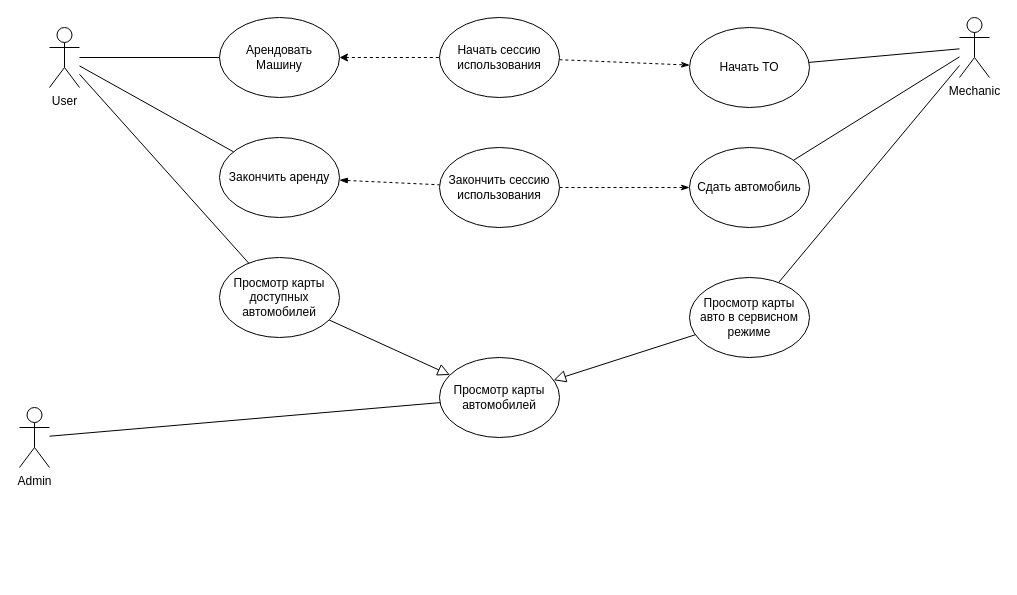
The draw.io diagram use-cases.drawio in car-sharing-proto/mvp, before the edit. Source tidied: cells renumbered, new cells numbered last; positions are measured from the earlier drawing's top-left corner, leaving out a move shared by most shapes. Both pictures are drawn from the tidied source at 100%, with x=0, y=0 at pixel (19, 17).
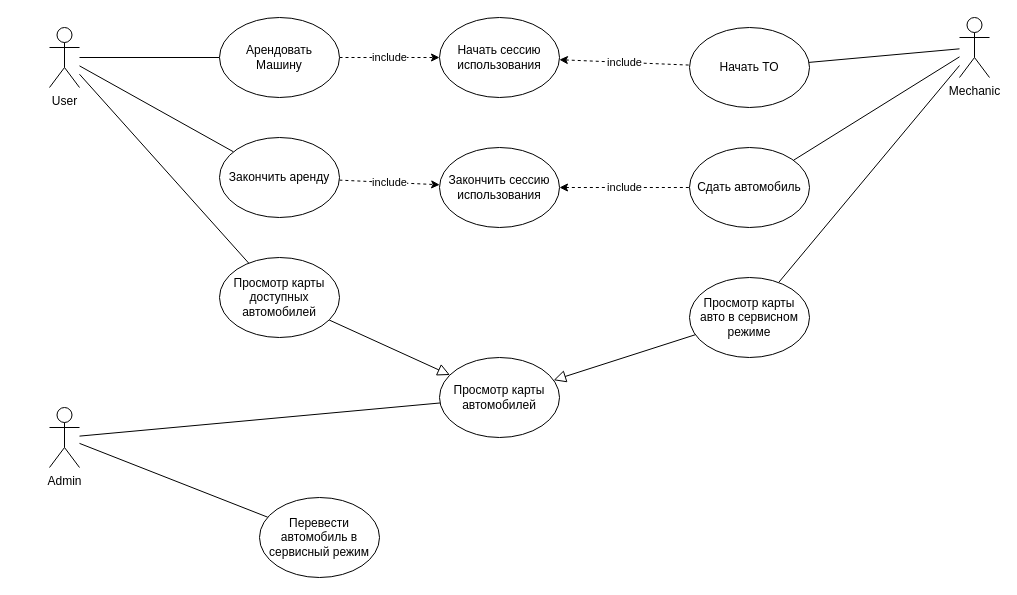
The same diagram, later.

Unchanged cells that the change refers to:
```xml
<mxCell id="10" value="Арендовать&lt;br&gt;Машину" style="ellipse;whiteSpace=wrap;html=1;" parent="1" vertex="1">
  <mxGeometry x="200" width="120" height="80" as="geometry" />
</mxCell>
<mxCell id="12" value="Закончить аренду" style="ellipse;whiteSpace=wrap;html=1;" parent="1" vertex="1">
  <mxGeometry x="200" y="120" width="120" height="80" as="geometry" />
</mxCell>
<mxCell id="14" value="Начать сессию использования" style="ellipse;whiteSpace=wrap;html=1;" parent="1" vertex="1">
  <mxGeometry x="420" width="120" height="80" as="geometry" />
</mxCell>
<mxCell id="16" value="Закончить сессию использования" style="ellipse;whiteSpace=wrap;html=1;" parent="1" vertex="1">
  <mxGeometry x="420" y="130" width="120" height="80" as="geometry" />
</mxCell>
<mxCell id="18" value="Начать ТО" style="ellipse;whiteSpace=wrap;html=1;" parent="1" vertex="1">
  <mxGeometry x="670" y="10" width="120" height="80" as="geometry" />
</mxCell>
<mxCell id="20" value="Сдать автомобиль" style="ellipse;whiteSpace=wrap;html=1;" parent="1" vertex="1">
  <mxGeometry x="670" y="130" width="120" height="80" as="geometry" />
</mxCell>
```

What changed in the source:
```diff
@@
+    <mxCell id="27" style="rounded=0;jettySize=auto;html=1;startArrow=none;startFill=0;endArrow=none;endFill=0;" parent="1" edge="1" source="7" target="28">
+      <mxGeometry relative="1" as="geometry" />
+    </mxCell>
     <mxCell id="7" value="Admin" style="shape=umlActor;verticalLabelPosition=bottom;verticalAlign=top;html=1;outlineConnect=0;" parent="1" vertex="1">
-      <mxGeometry y="390" width="30" height="60" as="geometry" />
+      <mxGeometry x="30" y="390" width="30" height="60" as="geometry" />
     </mxCell>
@@
-    <mxCell id="9" style="rounded=0;jettySize=auto;html=1;endArrow=none;endFill=0;startArrow=classic;startFill=1;dashed=1;" parent="1" edge="1" source="10" target="14">
+    <mxCell id="9" value="include" style="rounded=0;jettySize=auto;html=1;endArrow=classic;endFill=1;startArrow=none;startFill=0;dashed=1;" parent="1" edge="1" source="10" target="14">
       <mxGeometry relative="1" as="geometry" />
     </mxCell>
@@
-    <mxCell id="11" style="rounded=0;jettySize=auto;html=1;endArrow=none;endFill=0;startArrow=blockThin;startFill=1;dashed=1;" parent="1" edge="1" source="12" target="16">
+    <mxCell id="11" value="include" style="rounded=0;jettySize=auto;html=1;endArrow=classic;endFill=1;startArrow=none;startFill=0;dashed=1;" parent="1" edge="1" source="12" target="16">
       <mxGeometry relative="1" as="geometry" />
     </mxCell>
@@
-    <mxCell id="13" style="rounded=0;jettySize=auto;html=1;endArrow=classicThin;endFill=1;dashed=1;" parent="1" edge="1" source="14" target="18">
+    <mxCell id="13" value="include" style="rounded=0;jettySize=auto;html=1;endArrow=none;endFill=0;dashed=1;startArrow=classic;startFill=1;" parent="1" edge="1" source="14" target="18">
       <mxGeometry relative="1" as="geometry" />
     </mxCell>
@@
-    <mxCell id="15" style="rounded=0;jettySize=auto;html=1;exitX=1;exitY=0.5;exitDx=0;exitDy=0;endArrow=classicThin;endFill=1;dashed=1;" parent="1" edge="1" source="16" target="20">
+    <mxCell id="15" value="include" style="rounded=0;jettySize=auto;html=1;exitX=1;exitY=0.5;exitDx=0;exitDy=0;endArrow=none;endFill=0;dashed=1;startArrow=classic;startFill=1;" parent="1" edge="1" source="16" target="20">
       <mxGeometry relative="1" as="geometry" />
     </mxCell>
@@
+    <mxCell id="28" value="Перевести автомобиль в сервисный режим" style="ellipse;whiteSpace=wrap;html=1;" parent="1" vertex="1">
+      <mxGeometry x="240" y="480" width="120" height="80" as="geometry" />
+    </mxCell>
```
